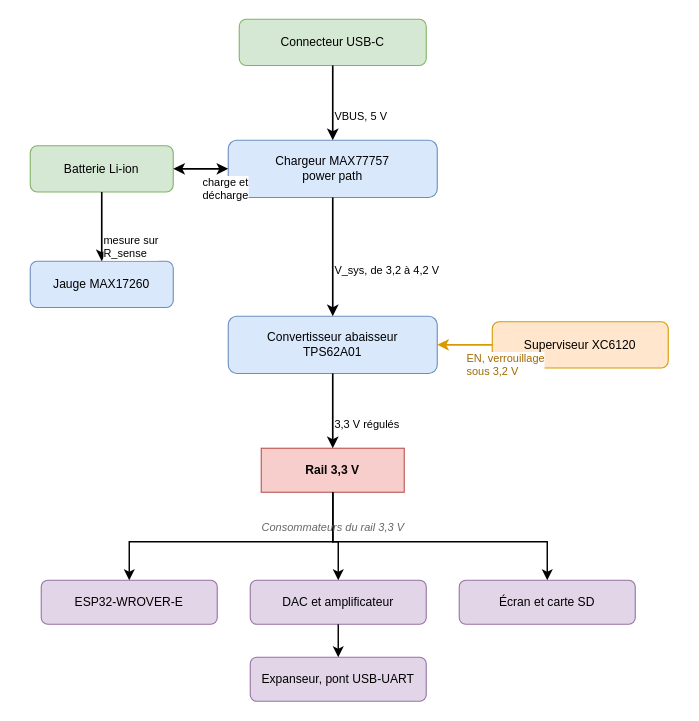
Above: assets/figures/arbre_alim.drawio in dossantosyann/TB2026-YDS-Report (draw.io), before the change. Source tidied: cells renumbered, new cells numbered last; positions are measured from the earlier drawing's top-left corner, leaving out a move shared by most shapes. Both pictures are drawn from the tidied source at 110%, with x=0, y=0 at pixel (30, 19).
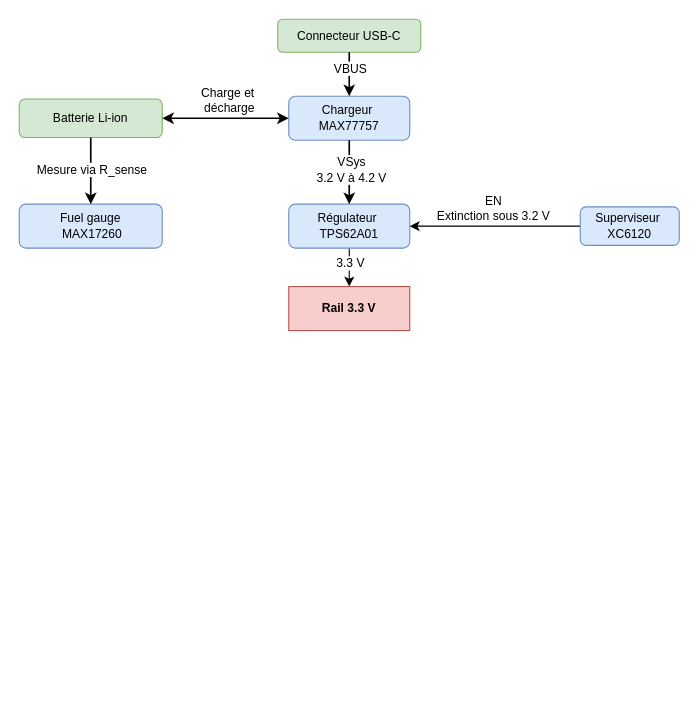
After the change.

Commit message:
Mettre à jour arbre_alim.drawio

Unchanged cells that the change refers to:
```xml
<mxCell id="13" style="edgeStyle=orthogonalEdgeStyle;rounded=0;html=1;endArrow=classic;strokeWidth=1.5;exitX=0.5;exitY=1;entryX=0.5;entryY=0;" parent="1" edge="1" source="2" target="3">
  <mxGeometry relative="1" as="geometry" />
</mxCell>
<mxCell id="15" style="edgeStyle=orthogonalEdgeStyle;rounded=0;html=1;endArrow=classic;startArrow=classic;strokeWidth=1.5;exitX=1;exitY=0.5;entryX=0;entryY=0.5;" parent="1" edge="1" source="4" target="3">
  <mxGeometry relative="1" as="geometry" />
</mxCell>
<mxCell id="17" style="edgeStyle=orthogonalEdgeStyle;rounded=0;html=1;endArrow=classic;strokeWidth=1.5;exitX=0.5;exitY=1;entryX=0.5;entryY=0;" parent="1" edge="1" source="4" target="5">
  <mxGeometry relative="1" as="geometry" />
</mxCell>
<mxCell id="19" style="edgeStyle=orthogonalEdgeStyle;rounded=0;html=1;endArrow=classic;strokeWidth=1.5;exitX=0.5;exitY=1;entryX=0.5;entryY=0;" parent="1" edge="1" source="3" target="6">
  <mxGeometry relative="1" as="geometry" />
</mxCell>
```

Diff of the diagram source:
```diff
@@
     <mxCell id="2" value="Connecteur USB-C" style="rounded=1;whiteSpace=wrap;html=1;fillColor=#d5e8d4;strokeColor=#82b366;fontSize=11;spacing=2;" parent="1" vertex="1">
-      <mxGeometry x="190" width="170" height="42" as="geometry" />
+      <mxGeometry x="225" width="130" height="30" as="geometry" />
     </mxCell>
-    <mxCell id="3" value="Chargeur MAX77757&#10;power path" style="rounded=1;whiteSpace=wrap;html=1;fillColor=#dae8fc;strokeColor=#6c8ebf;fontSize=11;spacing=2;" parent="1" vertex="1">
-      <mxGeometry x="180" y="110" width="190" height="52" as="geometry" />
+    <mxCell id="3" value="&lt;div&gt;Chargeur&amp;nbsp;&lt;/div&gt;&lt;div&gt;MAX77757&lt;/div&gt;" style="rounded=1;whiteSpace=wrap;html=1;fillColor=#dae8fc;strokeColor=#6c8ebf;fontSize=11;spacing=2;" parent="1" vertex="1">
+      <mxGeometry x="235" y="70" width="110" height="40" as="geometry" />
     </mxCell>
     <mxCell id="4" value="Batterie Li-ion" style="rounded=1;whiteSpace=wrap;html=1;fillColor=#d5e8d4;strokeColor=#82b366;fontSize=11;spacing=2;" parent="1" vertex="1">
-      <mxGeometry y="115" width="130" height="42" as="geometry" />
+      <mxGeometry x="-10" y="72.5" width="130" height="35" as="geometry" />
     </mxCell>
-    <mxCell id="5" value="Jauge MAX17260" style="rounded=1;whiteSpace=wrap;html=1;fillColor=#dae8fc;strokeColor=#6c8ebf;fontSize=11;spacing=2;" parent="1" vertex="1">
-      <mxGeometry y="220" width="130" height="42" as="geometry" />
+    <mxCell id="5" value="&lt;div&gt;Fuel gauge&lt;/div&gt;&lt;div&gt;&amp;nbsp;MAX17260&lt;/div&gt;" style="rounded=1;whiteSpace=wrap;html=1;fillColor=#dae8fc;strokeColor=#6c8ebf;fontSize=11;spacing=2;" parent="1" vertex="1">
+      <mxGeometry x="-10" y="168.1" width="130" height="40" as="geometry" />
     </mxCell>
+    <mxCell id="30" style="edgeStyle=orthogonalEdgeStyle;rounded=0;jettySize=auto;html=1;" parent="1" edge="1" source="6" target="37">
+      <mxGeometry relative="1" as="geometry" />
+    </mxCell>
+    <mxCell id="31" value="3.3 V" style="edgeLabel;html=1;align=center;verticalAlign=middle;" parent="30" vertex="1">
+      <mxGeometry x="-0.41" y="4" relative="1" as="geometry">
+        <mxPoint x="-4" as="offset" />
+      </mxGeometry>
+    </mxCell>
-    <mxCell id="6" value="Convertisseur abaisseur&#10;TPS62A01" style="rounded=1;whiteSpace=wrap;html=1;fillColor=#dae8fc;strokeColor=#6c8ebf;fontSize=11;spacing=2;" parent="1" vertex="1">
-      <mxGeometry x="180" y="270" width="190" height="52" as="geometry" />
+    <mxCell id="6" value="&lt;div&gt;Régulateur&amp;nbsp;&lt;/div&gt;&lt;div&gt;TPS62A01&lt;/div&gt;" style="rounded=1;whiteSpace=wrap;html=1;fillColor=#dae8fc;strokeColor=#6c8ebf;fontSize=11;spacing=2;align=center;verticalAlign=middle;fontFamily=Helvetica;fontColor=default;" parent="1" vertex="1">
+      <mxGeometry x="235" y="168.1" width="110" height="40" as="geometry" />
     </mxCell>
+    <mxCell id="21" style="edgeStyle=orthogonalEdgeStyle;rounded=0;jettySize=auto;html=1;exitX=0;exitY=0.5;exitDx=0;exitDy=0;entryX=1;entryY=0.5;entryDx=0;entryDy=0;" parent="1" edge="1" source="7" target="6">
+      <mxGeometry relative="1" as="geometry" />
+    </mxCell>
+    <mxCell id="32" value="&lt;div&gt;EN&lt;/div&gt;Extinction sous 3.2 V" style="edgeLabel;html=1;align=center;verticalAlign=middle;" parent="21" vertex="1">
+      <mxGeometry x="0.21" relative="1" as="geometry">
+        <mxPoint x="14" y="-17" as="offset" />
+      </mxGeometry>
+    </mxCell>
-    <mxCell id="7" value="Superviseur XC6120" style="rounded=1;whiteSpace=wrap;html=1;fillColor=#ffe6cc;strokeColor=#d79b00;fontSize=11;spacing=2;" parent="1" vertex="1">
-      <mxGeometry x="420" y="275" width="160" height="42" as="geometry" />
+    <mxCell id="7" value="&lt;div&gt;Superviseur&amp;nbsp;&lt;/div&gt;&lt;div&gt;XC6120&lt;/div&gt;" style="rounded=1;whiteSpace=wrap;html=1;fillColor=#dae8fc;strokeColor=#6c8ebf;fontSize=11;spacing=2;fontColor=default;align=center;verticalAlign=middle;fontFamily=Helvetica;" parent="1" vertex="1">
+      <mxGeometry x="500" y="170.6" width="90" height="35" as="geometry" />
     </mxCell>
-    <mxCell id="8" value="Rail 3,3 V" style="rounded=0;whiteSpace=wrap;html=1;fillColor=#f8cecc;strokeColor=#b85450;fontStyle=1;fontSize=11;spacing=2;" parent="1" vertex="1">
-      <mxGeometry x="210" y="390" width="130" height="40" as="geometry" />
-    </mxCell>
-    <mxCell id="9" value="ESP32-WROVER-E" style="rounded=1;whiteSpace=wrap;html=1;fillColor=#e1d5e7;strokeColor=#9673a6;fontSize=11;spacing=2;" parent="1" vertex="1">
-      <mxGeometry x="10" y="510" width="160" height="40" as="geometry" />
-    </mxCell>
-    <mxCell id="10" value="DAC et amplificateur" style="rounded=1;whiteSpace=wrap;html=1;fillColor=#e1d5e7;strokeColor=#9673a6;fontSize=11;spacing=2;" parent="1" vertex="1">
-      <mxGeometry x="200" y="510" width="160" height="40" as="geometry" />
-    </mxCell>
-    <mxCell id="11" value="Écran et carte SD" style="rounded=1;whiteSpace=wrap;html=1;fillColor=#e1d5e7;strokeColor=#9673a6;fontSize=11;spacing=2;" parent="1" vertex="1">
-      <mxGeometry x="390" y="510" width="160" height="40" as="geometry" />
-    </mxCell>
-    <mxCell id="12" value="Expanseur, pont USB-UART" style="rounded=1;whiteSpace=wrap;html=1;fillColor=#e1d5e7;strokeColor=#9673a6;fontSize=11;spacing=2;" parent="1" vertex="1">
-      <mxGeometry x="200" y="580" width="160" height="40" as="geometry" />
-    </mxCell>
@@
-    <mxCell id="14" value="VBUS, 5 V" style="edgeLabel;html=1;fontSize=10;labelBackgroundColor=#ffffff;" parent="13" vertex="1">
-      <mxGeometry relative="1" as="geometry" />
-    </mxCell>
+    <mxCell id="33" value="VBUS" style="edgeLabel;html=1;align=center;verticalAlign=middle;" parent="13" vertex="1">
+      <mxGeometry x="-0.29" relative="1" as="geometry" />
+    </mxCell>
@@
-    <mxCell id="16" value="charge et&#10;décharge" style="edgeLabel;html=1;fontSize=10;labelBackgroundColor=#ffffff;" parent="15" vertex="1">
-      <mxGeometry relative="1" as="geometry" />
-    </mxCell>
+    <mxCell id="34" value="&lt;div&gt;Charge et&amp;nbsp;&lt;/div&gt;&lt;div&gt;décharge&lt;/div&gt;" style="edgeLabel;html=1;align=center;verticalAlign=middle;" parent="15" vertex="1">
+      <mxGeometry x="-0.32" y="2" relative="1" as="geometry">
+        <mxPoint x="21" y="-15" as="offset" />
+      </mxGeometry>
+    </mxCell>
@@
-    <mxCell id="18" value="mesure sur&#10;R_sense" style="edgeLabel;html=1;fontSize=10;labelBackgroundColor=#ffffff;" parent="17" vertex="1">
-      <mxGeometry relative="1" as="geometry" />
-    </mxCell>
+    <mxCell id="35" value="Mesure via R_sense" style="edgeLabel;html=1;align=center;verticalAlign=middle;" parent="17" vertex="1">
+      <mxGeometry x="-0.03" relative="1" as="geometry" />
+    </mxCell>
@@
-    <mxCell id="20" value="V_sys, de 3,2 à 4,2 V" style="edgeLabel;html=1;fontSize=10;labelBackgroundColor=#ffffff;" parent="19" vertex="1">
-      <mxGeometry relative="1" as="geometry" />
-    </mxCell>
-    <mxCell id="21" style="edgeStyle=orthogonalEdgeStyle;rounded=0;html=1;endArrow=classic;strokeWidth=1.5;strokeColor=#d79b00;exitX=0;exitY=0.5;entryX=1;entryY=0.5;" parent="1" edge="1" source="7" target="6">
-      <mxGeometry relative="1" as="geometry" />
-    </mxCell>
-    <mxCell id="22" value="EN, verrouillage&#10;sous 3,2 V" style="edgeLabel;html=1;fontSize=10;labelBackgroundColor=#ffffff;fontColor=#a06800;" parent="21" vertex="1">
-      <mxGeometry relative="1" as="geometry" />
-    </mxCell>
-    <mxCell id="23" style="edgeStyle=orthogonalEdgeStyle;rounded=0;html=1;endArrow=classic;strokeWidth=1.5;exitX=0.5;exitY=1;entryX=0.5;entryY=0;" parent="1" edge="1" source="6" target="8">
-      <mxGeometry relative="1" as="geometry" />
-    </mxCell>
-    <mxCell id="24" value="3,3 V régulés" style="edgeLabel;html=1;fontSize=10;labelBackgroundColor=#ffffff;" parent="23" vertex="1">
-      <mxGeometry relative="1" as="geometry" />
-    </mxCell>
-    <mxCell id="25" style="edgeStyle=orthogonalEdgeStyle;rounded=0;html=1;endArrow=classic;strokeWidth=1.3;exitX=0.5;exitY=1;entryX=0.5;entryY=0;" parent="1" edge="1" source="8" target="9">
-      <mxGeometry relative="1" as="geometry">
-        <Array as="points">
-          <mxPoint x="275" y="475" />
-          <mxPoint x="90" y="475" />
-        </Array>
-      </mxGeometry>
-    </mxCell>
-    <mxCell id="26" style="edgeStyle=orthogonalEdgeStyle;rounded=0;html=1;endArrow=classic;strokeWidth=1.3;exitX=0.5;exitY=1;entryX=0.5;entryY=0;" parent="1" edge="1" source="8" target="10">
-      <mxGeometry relative="1" as="geometry">
-        <Array as="points">
-          <mxPoint x="275" y="475" />
-          <mxPoint x="280" y="475" />
-        </Array>
-      </mxGeometry>
-    </mxCell>
-    <mxCell id="27" style="edgeStyle=orthogonalEdgeStyle;rounded=0;html=1;endArrow=classic;strokeWidth=1.3;exitX=0.5;exitY=1;entryX=0.5;entryY=0;" parent="1" edge="1" source="8" target="11">
-      <mxGeometry relative="1" as="geometry">
-        <Array as="points">
-          <mxPoint x="275" y="475" />
-          <mxPoint x="470" y="475" />
-        </Array>
-      </mxGeometry>
-    </mxCell>
-    <mxCell id="28" style="edgeStyle=orthogonalEdgeStyle;rounded=0;html=1;endArrow=classic;strokeWidth=1.3;exitX=0.5;exitY=1;entryX=0.5;entryY=0;" parent="1" edge="1" source="10" target="12">
-      <mxGeometry relative="1" as="geometry" />
-    </mxCell>
-    <mxCell id="29" value="Consommateurs du rail 3,3 V" style="text;html=1;align=center;fontSize=10;fontColor=#666666;fontStyle=2;" parent="1" vertex="1">
-      <mxGeometry x="160" y="450" width="230" height="18" as="geometry" />
-    </mxCell>
+    <mxCell id="36" value="&lt;div&gt;VSys&lt;/div&gt;&lt;div&gt;3.2 V à 4.2 V&lt;/div&gt;" style="edgeLabel;html=1;align=center;verticalAlign=middle;" parent="19" vertex="1">
+      <mxGeometry x="-0.11" y="1" relative="1" as="geometry" />
+    </mxCell>
+    <mxCell id="37" value="Rail 3.3 V" style="rounded=0;whiteSpace=wrap;html=1;fillColor=#f8cecc;strokeColor=#b85450;fontSize=11;spacing=2;align=center;verticalAlign=middle;fontFamily=Helvetica;fontColor=default;fontStyle=1;" parent="1" vertex="1">
+      <mxGeometry x="235" y="243" width="110" height="40" as="geometry" />
+    </mxCell>
```
